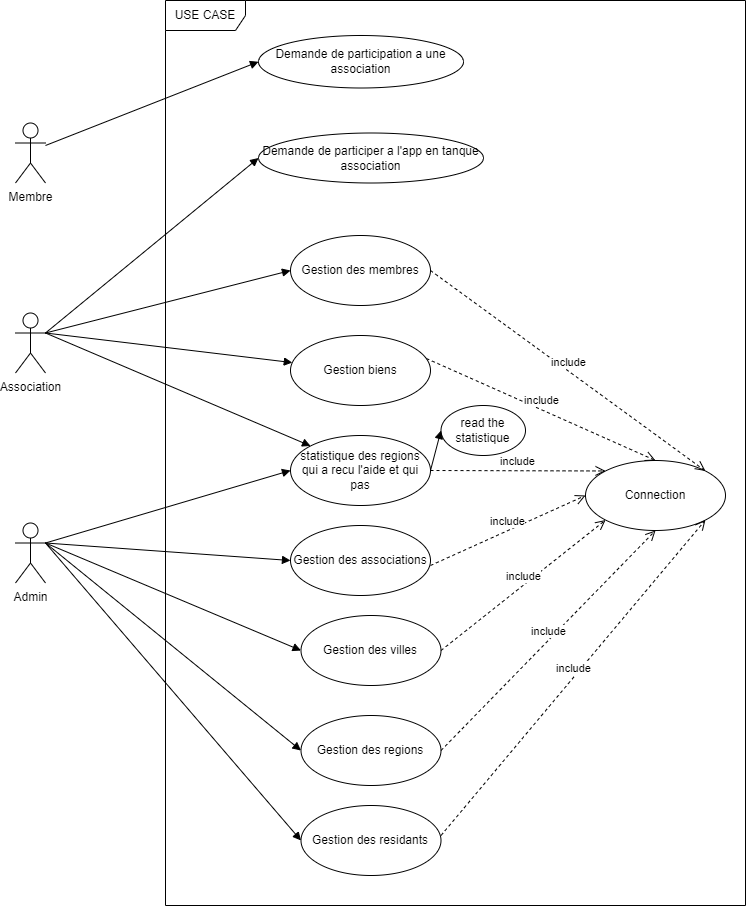
Before: diagrame/useCaseDiagramme.png, a diagram exported from draw.io (Hamza-Benmoussa/ATAA-BACK-END-SPRING-BOOT). Source tidied: cells renumbered, new cells last; positions are measured from the earlier drawing's top-left corner, leaving out a move shared by most shapes.
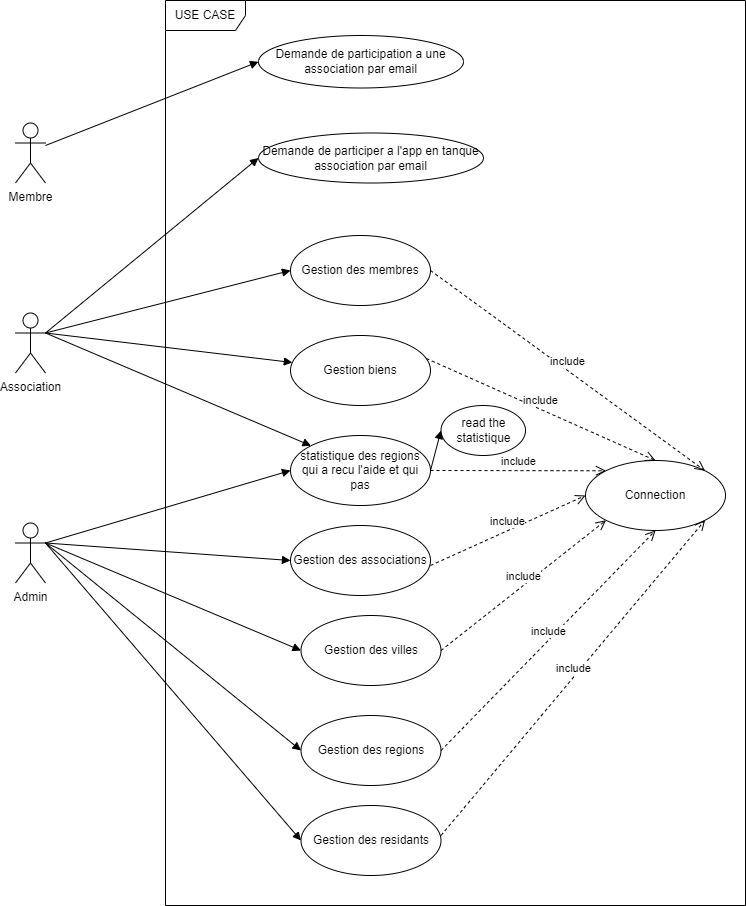
Later version of the same file.

The edit, as a diff of the source:
```diff
@@ -14,13 +14,13 @@
     <mxCell id="5" value="USE CASE" style="shape=umlFrame;whiteSpace=wrap;html=1;width=80;height=30;" parent="1" vertex="1">
       <mxGeometry x="150" width="580" height="905" as="geometry" />
     </mxCell>
-    <mxCell id="6" value="Demande de participation a une association" style="ellipse;whiteSpace=wrap;html=1;" parent="1" vertex="1">
+    <mxCell id="6" value="Demande de participation a une association par email" style="ellipse;whiteSpace=wrap;html=1;" parent="1" vertex="1">
       <mxGeometry x="243" y="35" width="205" height="52.5" as="geometry" />
     </mxCell>
     <mxCell id="7" value="Gestion des membres" style="ellipse;whiteSpace=wrap;html=1;" parent="1" vertex="1">
       <mxGeometry x="275" y="235" width="140" height="70" as="geometry" />
     </mxCell>
-    <mxCell id="8" value="Demande de participer a l'app en tanque association" style="ellipse;whiteSpace=wrap;html=1;" parent="1" vertex="1">
+    <mxCell id="8" value="Demande de participer a l'app en tanque association par email" style="ellipse;whiteSpace=wrap;html=1;" parent="1" vertex="1">
       <mxGeometry x="243" y="132.5" width="225" height="50" as="geometry" />
     </mxCell>
     <mxCell id="9" value="Gestion biens" style="ellipse;whiteSpace=wrap;html=1;" parent="1" vertex="1">
```
